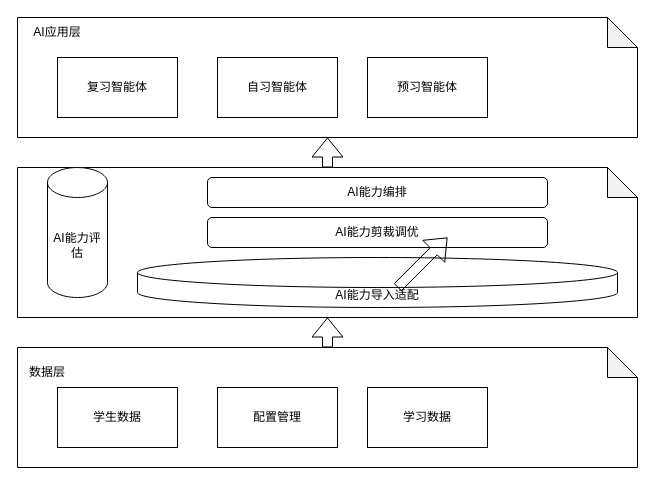
This is 自习系统.drawio from astonbest/DevExp-DevBox, a draw.io file, before an edit. Source tidied: cells renumbered, new cells numbered last; positions are measured from the earlier drawing's top-left corner, leaving out a move shared by most shapes. Both pictures are drawn from the tidied source at 100%, with x=0, y=0 at pixel (17, 17).
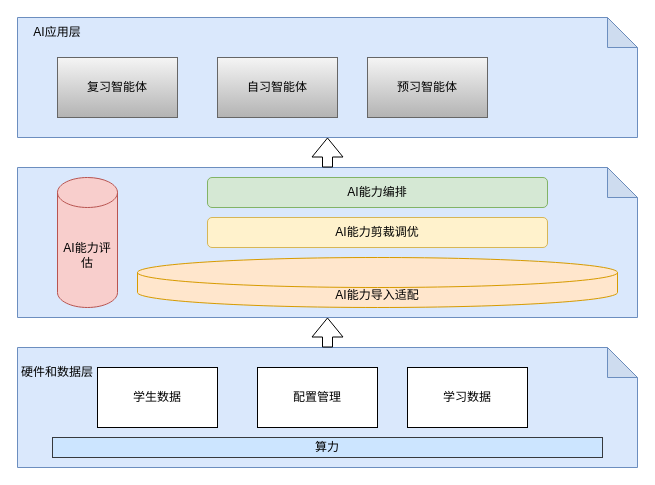
The same diagram, later.

Commit message (it also covers changes not shown here):
更新自习系统.drawio

Diff of the diagram source:
```diff
@@
-    <mxCell id="2" style="shape=note;whiteSpace=wrap;html=1;backgroundOutline=1;darkOpacity=0.05;" parent="1" vertex="1">
+    <mxCell id="2" style="shape=note;whiteSpace=wrap;html=1;backgroundOutline=1;darkOpacity=0.05;fillColor=#dae8fc;strokeColor=#6c8ebf;" parent="1" vertex="1">
       <mxGeometry y="150" width="620" height="150" as="geometry" />
     </mxCell>
-    <mxCell id="3" style="shape=note;whiteSpace=wrap;html=1;backgroundOutline=1;darkOpacity=0.05;" parent="1" vertex="1">
+    <mxCell id="3" style="shape=note;whiteSpace=wrap;html=1;backgroundOutline=1;darkOpacity=0.05;fillColor=#dae8fc;strokeColor=#6c8ebf;" parent="1" vertex="1">
       <mxGeometry y="330" width="620" height="120" as="geometry" />
     </mxCell>
     <mxCell id="4" value="学生数据" style="rounded=0;whiteSpace=wrap;html=1;" parent="1" vertex="1">
-      <mxGeometry x="40" y="370" width="120" height="60" as="geometry" />
+      <mxGeometry x="80" y="350" width="120" height="60" as="geometry" />
     </mxCell>
     <mxCell id="5" value="配置管理" style="rounded=0;whiteSpace=wrap;html=1;" parent="1" vertex="1">
-      <mxGeometry x="200" y="370" width="120" height="60" as="geometry" />
+      <mxGeometry x="240" y="350" width="120" height="60" as="geometry" />
     </mxCell>
-    <mxCell id="6" value="数据层" style="text;html=1;align=center;verticalAlign=middle;whiteSpace=wrap;rounded=0;" parent="1" vertex="1">
-      <mxGeometry y="340" width="60" height="30" as="geometry" />
+    <mxCell id="6" value="硬件和数据层" style="text;html=1;align=center;verticalAlign=middle;whiteSpace=wrap;rounded=0;" parent="1" vertex="1">
+      <mxGeometry y="340" width="80" height="30" as="geometry" />
     </mxCell>
     <mxCell id="7" value="学习数据" style="rounded=0;whiteSpace=wrap;html=1;" parent="1" vertex="1">
-      <mxGeometry x="350" y="370" width="120" height="60" as="geometry" />
+      <mxGeometry x="390" y="350" width="120" height="60" as="geometry" />
     </mxCell>
-    <mxCell id="8" style="shape=note;whiteSpace=wrap;html=1;backgroundOutline=1;darkOpacity=0.05;" parent="1" vertex="1">
+    <mxCell id="8" style="shape=note;whiteSpace=wrap;html=1;backgroundOutline=1;darkOpacity=0.05;fillColor=#dae8fc;strokeColor=#6c8ebf;" parent="1" vertex="1">
       <mxGeometry width="620" height="120" as="geometry" />
     </mxCell>
-    <mxCell id="9" value="复习智能体" style="rounded=0;whiteSpace=wrap;html=1;" parent="1" vertex="1">
+    <mxCell id="9" value="复习智能体" style="rounded=0;whiteSpace=wrap;html=1;fillColor=#f5f5f5;gradientColor=#b3b3b3;strokeColor=#666666;" parent="1" vertex="1">
       <mxGeometry x="40" y="40" width="120" height="60" as="geometry" />
     </mxCell>
-    <mxCell id="10" value="自习智能体" style="rounded=0;whiteSpace=wrap;html=1;" parent="1" vertex="1">
+    <mxCell id="10" value="自习智能体" style="rounded=0;whiteSpace=wrap;html=1;fillColor=#f5f5f5;gradientColor=#b3b3b3;strokeColor=#666666;" parent="1" vertex="1">
       <mxGeometry x="200" y="40" width="120" height="60" as="geometry" />
     </mxCell>
-    <mxCell id="11" value="预习智能体" style="rounded=0;whiteSpace=wrap;html=1;" parent="1" vertex="1">
+    <mxCell id="11" value="预习智能体" style="rounded=0;whiteSpace=wrap;html=1;fillColor=#f5f5f5;gradientColor=#b3b3b3;strokeColor=#666666;" parent="1" vertex="1">
       <mxGeometry x="350" y="40" width="120" height="60" as="geometry" />
     </mxCell>
@@
-    <mxCell id="13" value="AI能力导入适配" style="shape=cylinder3;whiteSpace=wrap;html=1;boundedLbl=1;backgroundOutline=1;size=15;" parent="1" vertex="1">
+    <mxCell id="13" value="AI能力导入适配" style="shape=cylinder3;whiteSpace=wrap;html=1;boundedLbl=1;backgroundOutline=1;size=15;fillColor=#ffe6cc;strokeColor=#d79b00;" parent="1" vertex="1">
       <mxGeometry x="120" y="240" width="480" height="50" as="geometry" />
     </mxCell>
-    <mxCell id="14" value="AI能力评估" style="shape=cylinder3;whiteSpace=wrap;html=1;boundedLbl=1;backgroundOutline=1;size=15;" parent="1" vertex="1">
-      <mxGeometry x="30" y="150" width="60" height="130" as="geometry" />
+    <mxCell id="14" value="AI能力评估" style="shape=cylinder3;whiteSpace=wrap;html=1;boundedLbl=1;backgroundOutline=1;size=15;fillColor=#f8cecc;strokeColor=#b85450;" parent="1" vertex="1">
+      <mxGeometry x="40" y="160" width="60" height="130" as="geometry" />
     </mxCell>
-    <mxCell id="15" value="AI能力编排" style="rounded=1;whiteSpace=wrap;html=1;" parent="1" vertex="1">
+    <mxCell id="15" value="AI能力编排" style="rounded=1;whiteSpace=wrap;html=1;fillColor=#d5e8d4;strokeColor=#82b366;" parent="1" vertex="1">
       <mxGeometry x="190" y="160" width="340" height="30" as="geometry" />
     </mxCell>
-    <mxCell id="16" value="AI能力剪裁调优" style="rounded=1;whiteSpace=wrap;html=1;" parent="1" vertex="1">
+    <mxCell id="16" value="AI能力剪裁调优" style="rounded=1;whiteSpace=wrap;html=1;fillColor=#fff2cc;strokeColor=#d6b656;" parent="1" vertex="1">
       <mxGeometry x="190" y="200" width="340" height="30" as="geometry" />
     </mxCell>
-    <mxCell id="17" style="shape=flexArrow;endArrow=classic;html=1;rounded=0;" parent="1" edge="1">
-      <mxGeometry relative="1" as="geometry">
-        <mxPoint x="380" y="270" as="sourcePoint" />
-        <mxPoint x="430" y="220" as="targetPoint" />
-      </mxGeometry>
-    </mxCell>
@@
+    <mxCell id="20" value="算力" style="rounded=0;whiteSpace=wrap;html=1;fillColor=#cce5ff;strokeColor=#36393d;" parent="1" vertex="1">
+      <mxGeometry x="35" y="420" width="550" height="20" as="geometry" />
+    </mxCell>
```
